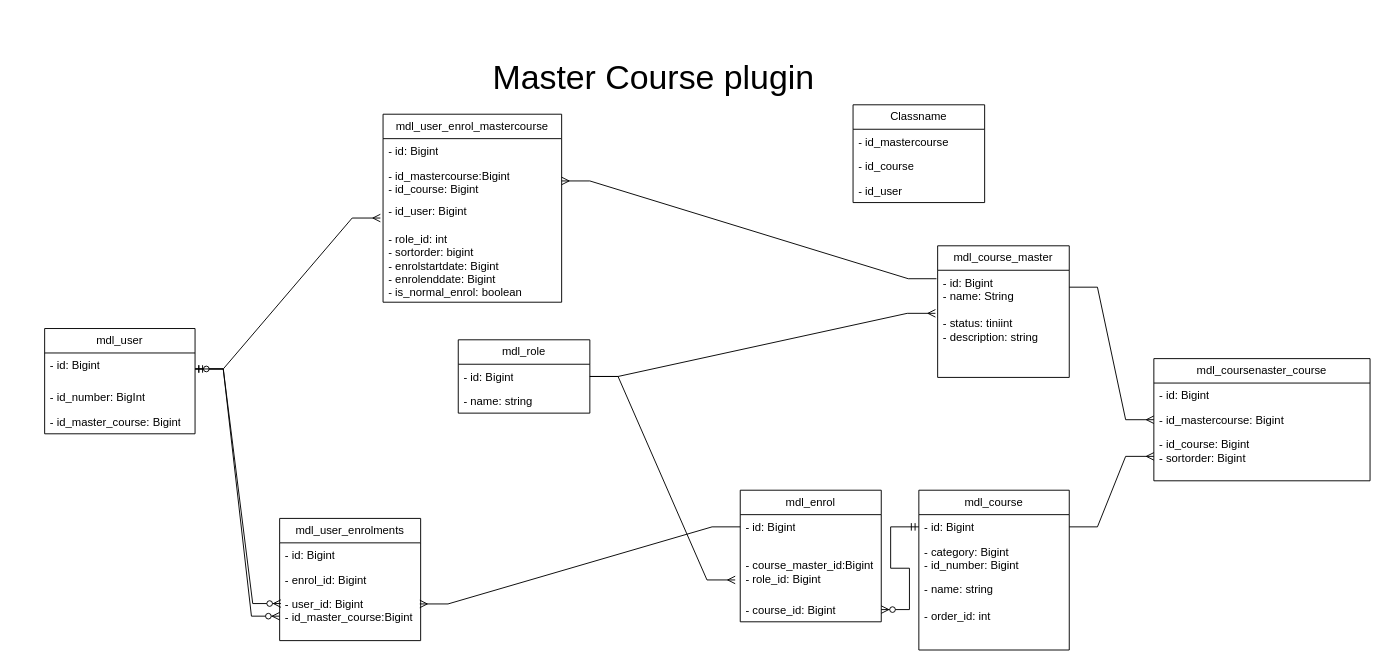
Above: db/master_course.drawio in Hieu271101/mastercourse_moodle (draw.io), before the change. Source tidied: cells renumbered, new cells numbered last; positions are measured from the earlier drawing's top-left corner, leaving out a move shared by most shapes. Both pictures are drawn from the tidied source at 94%, with x=0, y=0 at pixel (44, 16).
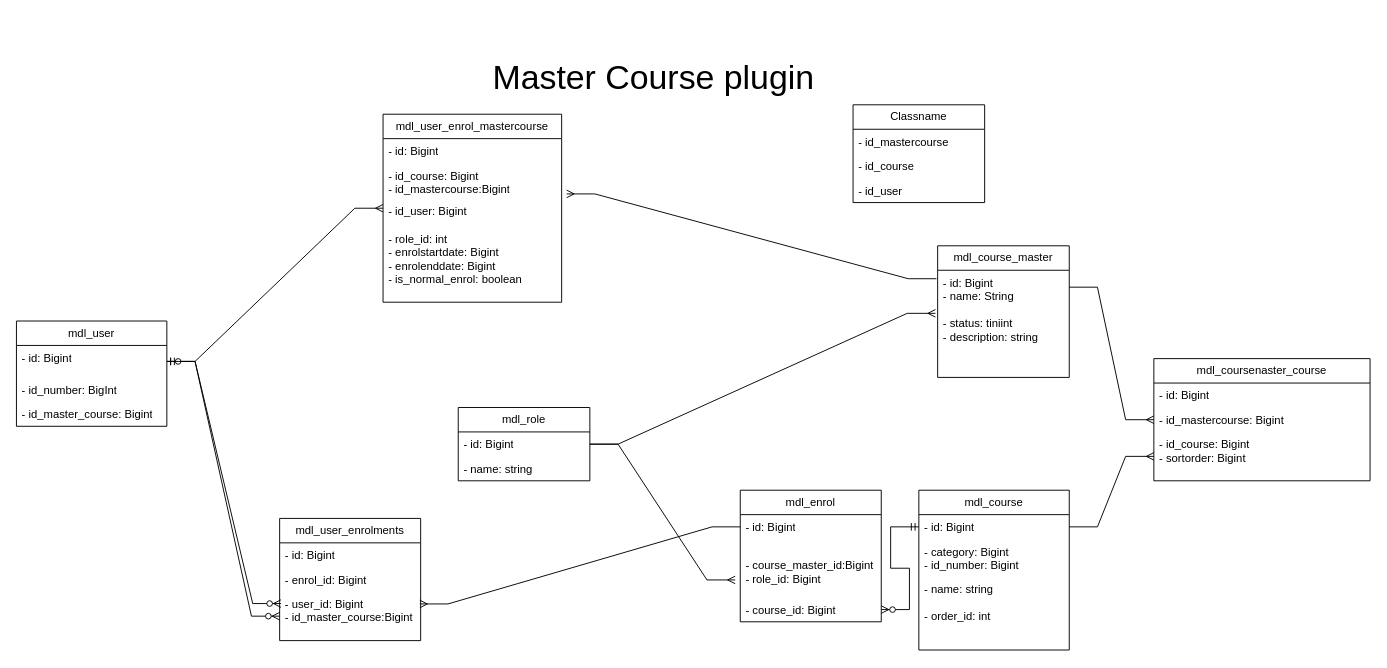
The same page after the edit.

The change refers to these unchanged cells:
```xml
<mxCell id="20" value="- id: Bigint&lt;br&gt;- name: String&lt;br&gt;&lt;br&gt;- status: tiniint&lt;br&gt;- description: string" style="text;strokeColor=none;fillColor=none;align=left;verticalAlign=top;spacingLeft=4;spacingRight=4;overflow=hidden;points=[[0,0.5],[1,0.5]];portConstraint=eastwest;whiteSpace=wrap;html=1;" parent="19" vertex="1">
  <mxGeometry y="26" width="140" height="114" as="geometry" />
</mxCell>
<mxCell id="22" value="- id: Bigint" style="text;strokeColor=none;fillColor=none;align=left;verticalAlign=top;spacingLeft=4;spacingRight=4;overflow=hidden;points=[[0,0.5],[1,0.5]];portConstraint=eastwest;whiteSpace=wrap;html=1;" parent="21" vertex="1">
  <mxGeometry y="26" width="160" height="34" as="geometry" />
</mxCell>
<mxCell id="29" value="mdl_user_enrol_mastercourse" style="swimlane;fontStyle=0;horizontal=1;startSize=26;fillColor=none;whiteSpace=wrap;html=1;" parent="1" vertex="1">
  <mxGeometry x="360" y="104" width="190" height="200" as="geometry" />
</mxCell>
```

Change to the diagram source:
```diff
@@
     <mxCell id="10" value="mdl_role" style="swimlane;fontStyle=0;horizontal=1;startSize=26;fillColor=none;whiteSpace=wrap;html=1;" parent="1" vertex="1">
-      <mxGeometry x="440" y="344" width="140" height="78" as="geometry" />
+      <mxGeometry x="440" y="416" width="140" height="78" as="geometry" />
     </mxCell>
@@
     <mxCell id="21" value="mdl_user" style="swimlane;fontStyle=0;horizontal=1;startSize=26;fillColor=none;whiteSpace=wrap;html=1;" parent="1" vertex="1">
-      <mxGeometry y="332" width="160" height="112" as="geometry" />
+      <mxGeometry x="-30" y="324" width="160" height="112" as="geometry" />
     </mxCell>
@@
-    <mxCell id="31" value="- id_mastercourse:Bigint&lt;br&gt;- id_course: Bigint" style="text;strokeColor=none;fillColor=none;align=left;verticalAlign=top;spacingLeft=4;spacingRight=4;overflow=hidden;points=[[0,0.5],[1,0.5]];portConstraint=eastwest;whiteSpace=wrap;html=1;" parent="29" vertex="1">
+    <mxCell id="31" value="- id_course: Bigint&lt;br&gt;- id_mastercourse:Bigint&lt;br&gt;" style="text;strokeColor=none;fillColor=none;align=left;verticalAlign=top;spacingLeft=4;spacingRight=4;overflow=hidden;points=[[0,0.5],[1,0.5]];portConstraint=eastwest;whiteSpace=wrap;html=1;" parent="29" vertex="1">
       <mxGeometry y="52" width="190" height="38" as="geometry" />
     </mxCell>
-    <mxCell id="32" value="- id_user: Bigint&lt;br&gt;&lt;br&gt;- role_id: int&lt;br&gt;- sortorder: bigint&lt;br style=&quot;border-color: var(--border-color);&quot;&gt;- enrolstartdate: Bigint&lt;br style=&quot;border-color: var(--border-color);&quot;&gt;- enrolenddate: Bigint&lt;br&gt;- is_normal_enrol: boolean" style="text;strokeColor=none;fillColor=none;align=left;verticalAlign=top;spacingLeft=4;spacingRight=4;overflow=hidden;points=[[0,0.5],[1,0.5]];portConstraint=eastwest;whiteSpace=wrap;html=1;" parent="29" vertex="1">
+    <mxCell id="32" value="- id_user: Bigint&lt;br&gt;&lt;br&gt;- role_id: int&lt;br style=&quot;border-color: var(--border-color);&quot;&gt;- enrolstartdate: Bigint&lt;br style=&quot;border-color: var(--border-color);&quot;&gt;- enrolenddate: Bigint&lt;br&gt;- is_normal_enrol: boolean" style="text;strokeColor=none;fillColor=none;align=left;verticalAlign=top;spacingLeft=4;spacingRight=4;overflow=hidden;points=[[0,0.5],[1,0.5]];portConstraint=eastwest;whiteSpace=wrap;html=1;" parent="29" vertex="1">
       <mxGeometry y="90" width="190" height="110" as="geometry" />
     </mxCell>
-    <mxCell id="33" style="edgeStyle=entityRelationEdgeStyle;fontSize=12;html=1;endArrow=ERmany;rounded=0;exitX=1;exitY=0.5;exitDx=0;exitDy=0;entryX=-0.015;entryY=0.186;entryDx=0;entryDy=0;entryPerimeter=0;" parent="1" edge="1" source="22" target="32">
+    <mxCell id="33" style="edgeStyle=entityRelationEdgeStyle;fontSize=12;html=1;endArrow=ERmany;rounded=0;exitX=1;exitY=0.5;exitDx=0;exitDy=0;entryX=0;entryY=0.091;entryDx=0;entryDy=0;entryPerimeter=0;" parent="1" edge="1" source="22" target="32">
       <mxGeometry relative="1" as="geometry" />
     </mxCell>
-    <mxCell id="34" style="edgeStyle=entityRelationEdgeStyle;fontSize=12;html=1;endArrow=ERmany;rounded=0;exitX=-0.009;exitY=0.079;exitDx=0;exitDy=0;exitPerimeter=0;" parent="1" edge="1" source="20" target="31">
+    <mxCell id="34" style="edgeStyle=entityRelationEdgeStyle;fontSize=12;html=1;endArrow=ERmany;rounded=0;exitX=-0.009;exitY=0.079;exitDx=0;exitDy=0;exitPerimeter=0;entryX=1.028;entryY=0.863;entryDx=0;entryDy=0;entryPerimeter=0;" parent="1" edge="1" source="20" target="31">
       <mxGeometry relative="1" as="geometry" />
     </mxCell>
```
